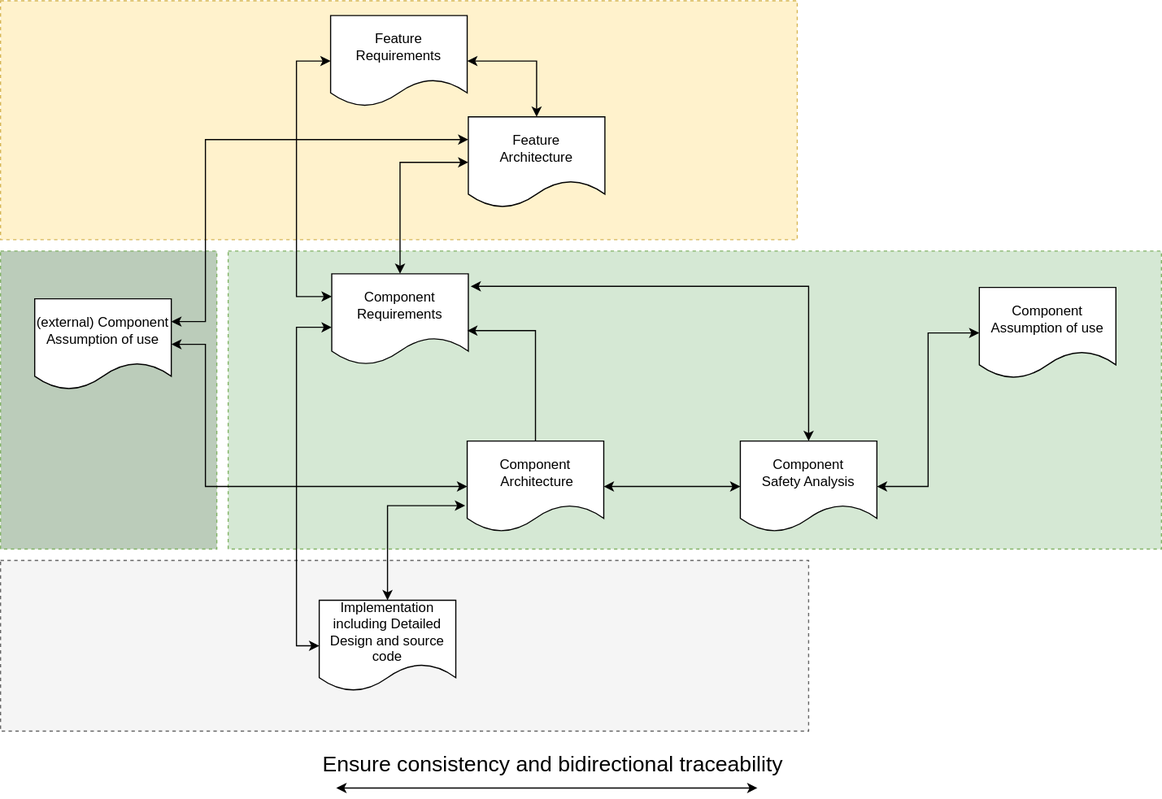
Before: masc2023_create_general_concepts/_images/score_traceability_model_cmp_overview_1.svg, a diagram exported from draw.io (umaucher/score). Source tidied: cells renumbered, new cells last; positions are measured from the earlier drawing's top-left corner, leaving out a move shared by most shapes. Source of this version:
```xml
<mxGraphModel>
  <root>
    <mxCell id="0" />
    <mxCell id="1" parent="0" />
    <mxCell id="2" style="rounded=0;whiteSpace=wrap;html=1;dashed=1;fillColor=#fff2cc;strokeColor=#d6b656;" parent="1" vertex="1">
      <mxGeometry width="700" height="210" as="geometry" />
    </mxCell>
    <mxCell id="3" style="rounded=0;whiteSpace=wrap;html=1;dashed=1;fillColor=#d5e8d4;strokeColor=#82b366;" parent="1" vertex="1">
      <mxGeometry x="200" y="220" width="820" height="262" as="geometry" />
    </mxCell>
    <mxCell id="4" value="Component Assumption of use" style="shape=document;whiteSpace=wrap;html=1;boundedLbl=1;" parent="1" vertex="1">
      <mxGeometry x="860" y="252" width="120" height="80" as="geometry" />
    </mxCell>
    <mxCell id="5" value="Feature Requirements" style="shape=document;whiteSpace=wrap;html=1;boundedLbl=1;" parent="1" vertex="1">
      <mxGeometry x="290" y="13" width="120" height="80" as="geometry" />
    </mxCell>
    <mxCell id="6" style="edgeStyle=orthogonalEdgeStyle;rounded=0;jettySize=auto;html=1;entryX=0;entryY=0.5;entryDx=0;entryDy=0;startArrow=classic;startFill=1;exitX=0;exitY=0.25;exitDx=0;exitDy=0;" parent="1" edge="1" source="8" target="5">
      <mxGeometry relative="1" as="geometry">
        <Array as="points">
          <mxPoint x="260" y="260" />
          <mxPoint x="260" y="53" />
        </Array>
      </mxGeometry>
    </mxCell>
    <mxCell id="7" style="edgeStyle=orthogonalEdgeStyle;rounded=0;jettySize=auto;html=1;entryX=0.5;entryY=0;entryDx=0;entryDy=0;exitX=1.017;exitY=0.138;exitDx=0;exitDy=0;startArrow=classic;startFill=1;exitPerimeter=0;" parent="1" edge="1" source="8" target="12">
      <mxGeometry x="0.41" relative="1" as="geometry">
        <Array as="points">
          <mxPoint x="710" y="251" />
        </Array>
      </mxGeometry>
    </mxCell>
    <mxCell id="8" value="Component Requirements" style="shape=document;whiteSpace=wrap;html=1;boundedLbl=1;" parent="1" vertex="1">
      <mxGeometry x="291" y="240" width="120" height="80" as="geometry" />
    </mxCell>
    <mxCell id="9" value="&lt;br&gt;&lt;br&gt;Component&lt;br&gt;&amp;nbsp;Architecture&lt;br&gt;&lt;br&gt;&lt;br&gt;" style="shape=document;whiteSpace=wrap;html=1;boundedLbl=1;" parent="1" vertex="1">
      <mxGeometry x="410" y="387" width="120" height="80" as="geometry" />
    </mxCell>
    <mxCell id="10" style="edgeStyle=orthogonalEdgeStyle;rounded=0;jettySize=auto;html=1;entryX=1;entryY=0.5;entryDx=0;entryDy=0;exitX=0.5;exitY=0;exitDx=0;exitDy=0;startArrow=classic;startFill=1;" parent="1" edge="1" source="15" target="5">
      <mxGeometry relative="1" as="geometry" />
    </mxCell>
    <mxCell id="11" style="edgeStyle=orthogonalEdgeStyle;rounded=0;jettySize=auto;html=1;entryX=1;entryY=0.5;entryDx=0;entryDy=0;exitX=0;exitY=0.5;exitDx=0;exitDy=0;startArrow=classic;startFill=1;" parent="1" edge="1" source="12" target="9">
      <mxGeometry x="0.51" relative="1" as="geometry" />
    </mxCell>
    <mxCell id="12" value="Component&lt;br&gt;Safety Analysis" style="shape=document;whiteSpace=wrap;html=1;boundedLbl=1;" parent="1" vertex="1">
      <mxGeometry x="650" y="387" width="120" height="80" as="geometry" />
    </mxCell>
    <mxCell id="13" style="edgeStyle=orthogonalEdgeStyle;rounded=0;jettySize=auto;html=1;startArrow=classic;startFill=1;entryX=1;entryY=0.5;entryDx=0;entryDy=0;" parent="1" edge="1" target="12">
      <mxGeometry relative="1" as="geometry">
        <mxPoint x="860" y="292" as="sourcePoint" />
      </mxGeometry>
    </mxCell>
    <mxCell id="14" style="edgeStyle=orthogonalEdgeStyle;rounded=0;jettySize=auto;html=1;entryX=0.5;entryY=0;entryDx=0;entryDy=0;startArrow=classic;startFill=1;exitX=0;exitY=0.5;exitDx=0;exitDy=0;" parent="1" edge="1" source="15" target="8">
      <mxGeometry relative="1" as="geometry" />
    </mxCell>
    <mxCell id="15" value="Feature&lt;br&gt;Architecture" style="shape=document;whiteSpace=wrap;html=1;boundedLbl=1;" parent="1" vertex="1">
      <mxGeometry x="411" y="102" width="120" height="80" as="geometry" />
    </mxCell>
    <mxCell id="16" value="&lt;div style=&quot;font-family: Consolas, &amp;quot;Courier New&amp;quot;, monospace; line-height: 19px;&quot;&gt;&lt;br&gt;&lt;/div&gt;" style="text;html=1;align=center;verticalAlign=middle;strokeColor=none;fillColor=none;fontSize=6;fontColor=#000000;" parent="1" vertex="1">
      <mxGeometry x="335" y="48" width="20" height="30" as="geometry" />
    </mxCell>
    <mxCell id="17" style="rounded=0;whiteSpace=wrap;html=1;dashed=1;fillColor=#BBCCBA;strokeColor=#82b366;" parent="1" vertex="1">
      <mxGeometry y="220" width="190" height="262" as="geometry" />
    </mxCell>
    <mxCell id="18" style="edgeStyle=orthogonalEdgeStyle;rounded=0;jettySize=auto;html=1;entryX=0;entryY=0.25;entryDx=0;entryDy=0;fontSize=19;startArrow=classic;startFill=1;" parent="1" edge="1" source="19" target="15">
      <mxGeometry relative="1" as="geometry">
        <Array as="points">
          <mxPoint x="180" y="282" />
          <mxPoint x="180" y="122" />
        </Array>
      </mxGeometry>
    </mxCell>
    <mxCell id="19" value="(external) Component Assumption of use" style="shape=document;whiteSpace=wrap;html=1;boundedLbl=1;" parent="1" vertex="1">
      <mxGeometry x="30" y="262" width="120" height="80" as="geometry" />
    </mxCell>
    <mxCell id="20" style="edgeStyle=orthogonalEdgeStyle;rounded=0;jettySize=auto;html=1;exitX=0;exitY=0.5;exitDx=0;exitDy=0;startArrow=classic;startFill=1;entryX=1;entryY=0.5;entryDx=0;entryDy=0;" parent="1" edge="1" source="9" target="19">
      <mxGeometry relative="1" as="geometry">
        <Array as="points">
          <mxPoint x="180" y="427" />
          <mxPoint x="180" y="302" />
        </Array>
      </mxGeometry>
    </mxCell>
    <mxCell id="21" style="rounded=0;whiteSpace=wrap;html=1;dashed=1;fillColor=#f5f5f5;fontColor=#333333;strokeColor=#666666;" parent="1" vertex="1">
      <mxGeometry y="492" width="710" height="150" as="geometry" />
    </mxCell>
    <mxCell id="22" style="edgeStyle=orthogonalEdgeStyle;rounded=0;jettySize=auto;html=1;startArrow=classic;startFill=1;exitX=0;exitY=0.5;exitDx=0;exitDy=0;entryX=0;entryY=0.588;entryDx=0;entryDy=0;entryPerimeter=0;" parent="1" edge="1" source="24" target="8">
      <mxGeometry relative="1" as="geometry" />
    </mxCell>
    <mxCell id="23" style="edgeStyle=orthogonalEdgeStyle;rounded=0;jettySize=auto;html=1;entryX=-0.015;entryY=0.71;entryDx=0;entryDy=0;exitX=0.5;exitY=0;exitDx=0;exitDy=0;startArrow=classic;startFill=1;entryPerimeter=0;" parent="1" edge="1" source="24" target="9">
      <mxGeometry x="0.31" relative="1" as="geometry">
        <Array as="points">
          <mxPoint x="340" y="444" />
        </Array>
      </mxGeometry>
    </mxCell>
    <mxCell id="24" value="Implementation&lt;br&gt;including Detailed Design and source code" style="shape=document;whiteSpace=wrap;html=1;boundedLbl=1;" parent="1" vertex="1">
      <mxGeometry x="280" y="527" width="120" height="80" as="geometry" />
    </mxCell>
    <mxCell id="25" style="edgeStyle=orthogonalEdgeStyle;rounded=0;jettySize=auto;html=1;entryX=0.992;entryY=0.625;entryDx=0;entryDy=0;entryPerimeter=0;exitX=0.5;exitY=0;exitDx=0;exitDy=0;" parent="1" edge="1" source="9" target="8">
      <mxGeometry relative="1" as="geometry">
        <Array as="points">
          <mxPoint x="470" y="290" />
        </Array>
      </mxGeometry>
    </mxCell>
    <mxCell id="26" style="edgeStyle=orthogonalEdgeStyle;rounded=0;orthogonalLoop=1;jettySize=auto;html=1;startArrow=classic;startFill=1;" parent="1" edge="1">
      <mxGeometry x="0.38" y="5" relative="1" as="geometry">
        <mxPoint x="295" y="692" as="sourcePoint" />
        <mxPoint x="665" y="692" as="targetPoint" />
        <Array as="points">
          <mxPoint x="312" y="692" />
        </Array>
      </mxGeometry>
    </mxCell>
    <mxCell id="27" value="Ensure consistency and bidirectional traceability" style="text;html=1;align=center;verticalAlign=middle;strokeColor=none;fillColor=none;fontSize=19;" parent="1" vertex="1">
      <mxGeometry x="270" y="652" width="430" height="40" as="geometry" />
    </mxCell>
  </root>
</mxGraphModel>
```
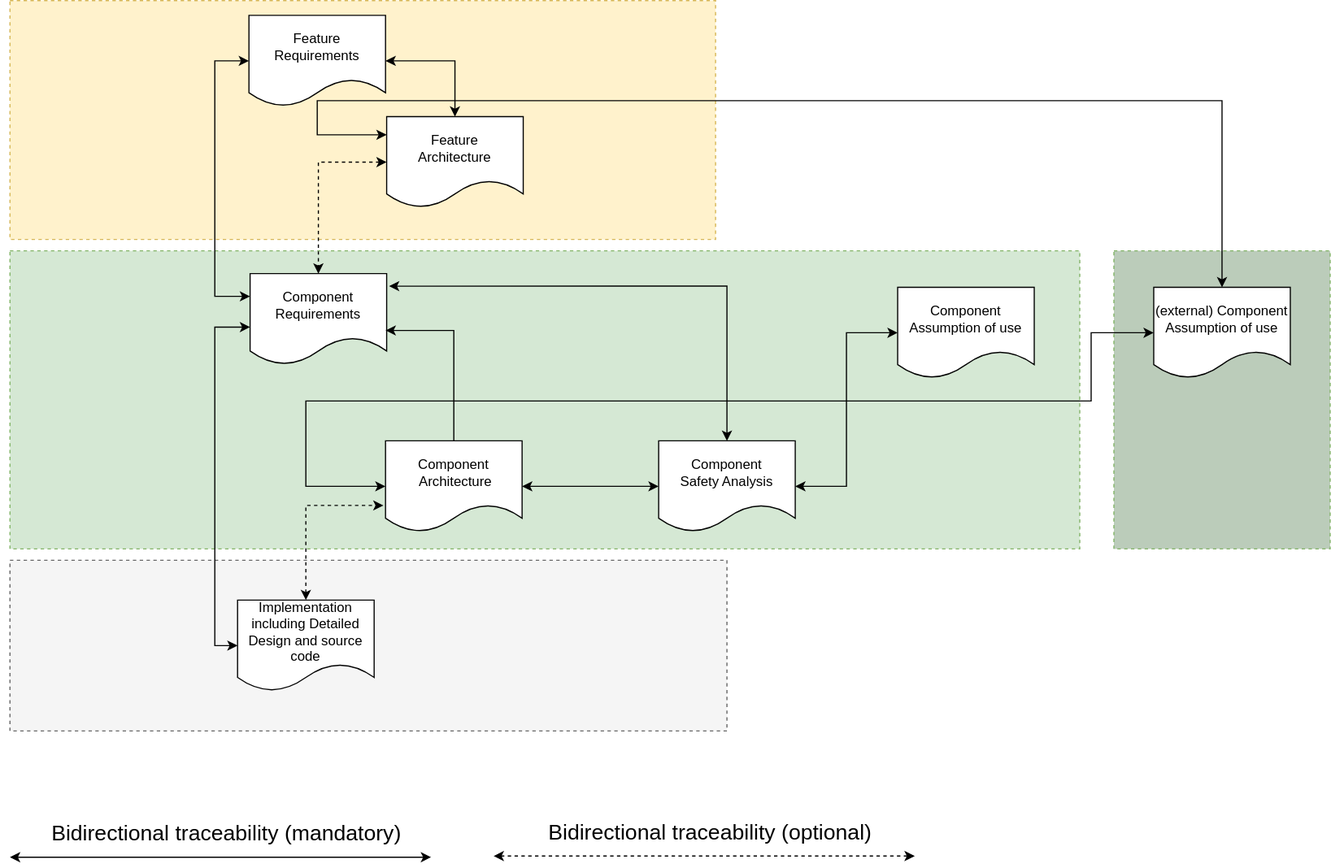
After the commit.

Diff of the diagram source:
```diff
@@ -3,10 +3,10 @@
     <mxCell id="0" />
     <mxCell id="1" parent="0" />
     <mxCell id="2" style="rounded=0;whiteSpace=wrap;html=1;dashed=1;fillColor=#fff2cc;strokeColor=#d6b656;" parent="1" vertex="1">
-      <mxGeometry width="700" height="210" as="geometry" />
+      <mxGeometry x="80" width="620" height="210" as="geometry" />
     </mxCell>
     <mxCell id="3" style="rounded=0;whiteSpace=wrap;html=1;dashed=1;fillColor=#d5e8d4;strokeColor=#82b366;" parent="1" vertex="1">
-      <mxGeometry x="200" y="220" width="820" height="262" as="geometry" />
+      <mxGeometry x="80" y="220" width="940" height="262" as="geometry" />
     </mxCell>
     <mxCell id="4" value="Component Assumption of use" style="shape=document;whiteSpace=wrap;html=1;boundedLbl=1;" parent="1" vertex="1">
       <mxGeometry x="860" y="252" width="120" height="80" as="geometry" />
@@ -49,7 +49,7 @@
         <mxPoint x="860" y="292" as="sourcePoint" />
       </mxGeometry>
     </mxCell>
-    <mxCell id="14" style="edgeStyle=orthogonalEdgeStyle;rounded=0;jettySize=auto;html=1;entryX=0.5;entryY=0;entryDx=0;entryDy=0;startArrow=classic;startFill=1;exitX=0;exitY=0.5;exitDx=0;exitDy=0;" parent="1" edge="1" source="15" target="8">
+    <mxCell id="14" style="edgeStyle=orthogonalEdgeStyle;rounded=0;jettySize=auto;html=1;entryX=0.5;entryY=0;entryDx=0;entryDy=0;startArrow=classic;startFill=1;exitX=0;exitY=0.5;exitDx=0;exitDy=0;dashed=1;" parent="1" edge="1" source="15" target="8">
       <mxGeometry relative="1" as="geometry" />
     </mxCell>
     <mxCell id="15" value="Feature&lt;br&gt;Architecture" style="shape=document;whiteSpace=wrap;html=1;boundedLbl=1;" parent="1" vertex="1">
@@ -59,34 +59,39 @@
       <mxGeometry x="335" y="48" width="20" height="30" as="geometry" />
     </mxCell>
     <mxCell id="17" style="rounded=0;whiteSpace=wrap;html=1;dashed=1;fillColor=#BBCCBA;strokeColor=#82b366;" parent="1" vertex="1">
-      <mxGeometry y="220" width="190" height="262" as="geometry" />
+      <mxGeometry x="1050" y="220" width="190" height="262" as="geometry" />
     </mxCell>
-    <mxCell id="18" style="edgeStyle=orthogonalEdgeStyle;rounded=0;jettySize=auto;html=1;entryX=0;entryY=0.25;entryDx=0;entryDy=0;fontSize=19;startArrow=classic;startFill=1;" parent="1" edge="1" source="19" target="15">
+    <mxCell id="18" style="edgeStyle=orthogonalEdgeStyle;rounded=0;orthogonalLoop=1;jettySize=auto;html=1;entryX=0;entryY=0.25;entryDx=0;entryDy=0;fontSize=19;startArrow=classic;startFill=1;" parent="1" edge="1">
       <mxGeometry relative="1" as="geometry">
+        <mxPoint x="1145" y="252" as="sourcePoint" />
+        <mxPoint x="411" y="118" as="targetPoint" />
         <Array as="points">
-          <mxPoint x="180" y="282" />
-          <mxPoint x="180" y="122" />
+          <mxPoint x="1145" y="88" />
+          <mxPoint x="350" y="88" />
+          <mxPoint x="350" y="118" />
         </Array>
       </mxGeometry>
     </mxCell>
     <mxCell id="19" value="(external) Component Assumption of use" style="shape=document;whiteSpace=wrap;html=1;boundedLbl=1;" parent="1" vertex="1">
-      <mxGeometry x="30" y="262" width="120" height="80" as="geometry" />
+      <mxGeometry x="1085" y="252" width="120" height="80" as="geometry" />
     </mxCell>
-    <mxCell id="20" style="edgeStyle=orthogonalEdgeStyle;rounded=0;jettySize=auto;html=1;exitX=0;exitY=0.5;exitDx=0;exitDy=0;startArrow=classic;startFill=1;entryX=1;entryY=0.5;entryDx=0;entryDy=0;" parent="1" edge="1" source="9" target="19">
+    <mxCell id="20" style="edgeStyle=orthogonalEdgeStyle;rounded=0;jettySize=auto;html=1;exitX=0;exitY=0.5;exitDx=0;exitDy=0;startArrow=classic;startFill=1;entryX=0;entryY=0.5;entryDx=0;entryDy=0;" parent="1" edge="1" source="9" target="19">
       <mxGeometry relative="1" as="geometry">
         <Array as="points">
-          <mxPoint x="180" y="427" />
-          <mxPoint x="180" y="302" />
+          <mxPoint x="340" y="427" />
+          <mxPoint x="340" y="352" />
+          <mxPoint x="1030" y="352" />
+          <mxPoint x="1030" y="292" />
         </Array>
       </mxGeometry>
     </mxCell>
     <mxCell id="21" style="rounded=0;whiteSpace=wrap;html=1;dashed=1;fillColor=#f5f5f5;fontColor=#333333;strokeColor=#666666;" parent="1" vertex="1">
-      <mxGeometry y="492" width="710" height="150" as="geometry" />
+      <mxGeometry x="80" y="492" width="630" height="150" as="geometry" />
     </mxCell>
     <mxCell id="22" style="edgeStyle=orthogonalEdgeStyle;rounded=0;jettySize=auto;html=1;startArrow=classic;startFill=1;exitX=0;exitY=0.5;exitDx=0;exitDy=0;entryX=0;entryY=0.588;entryDx=0;entryDy=0;entryPerimeter=0;" parent="1" edge="1" source="24" target="8">
       <mxGeometry relative="1" as="geometry" />
     </mxCell>
-    <mxCell id="23" style="edgeStyle=orthogonalEdgeStyle;rounded=0;jettySize=auto;html=1;entryX=-0.015;entryY=0.71;entryDx=0;entryDy=0;exitX=0.5;exitY=0;exitDx=0;exitDy=0;startArrow=classic;startFill=1;entryPerimeter=0;" parent="1" edge="1" source="24" target="9">
+    <mxCell id="23" style="edgeStyle=orthogonalEdgeStyle;rounded=0;jettySize=auto;html=1;entryX=-0.015;entryY=0.71;entryDx=0;entryDy=0;exitX=0.5;exitY=0;exitDx=0;exitDy=0;startArrow=classic;startFill=1;entryPerimeter=0;dashed=1;" parent="1" edge="1" source="24" target="9">
       <mxGeometry x="0.31" relative="1" as="geometry">
         <Array as="points">
           <mxPoint x="340" y="444" />
@@ -103,17 +108,29 @@
         </Array>
       </mxGeometry>
     </mxCell>
-    <mxCell id="26" style="edgeStyle=orthogonalEdgeStyle;rounded=0;orthogonalLoop=1;jettySize=auto;html=1;startArrow=classic;startFill=1;" parent="1" edge="1">
-      <mxGeometry x="0.38" y="5" relative="1" as="geometry">
-        <mxPoint x="295" y="692" as="sourcePoint" />
-        <mxPoint x="665" y="692" as="targetPoint" />
-        <Array as="points">
-          <mxPoint x="312" y="692" />
-        </Array>
-      </mxGeometry>
-    </mxCell>
-    <mxCell id="27" value="Ensure consistency and bidirectional traceability" style="text;html=1;align=center;verticalAlign=middle;strokeColor=none;fillColor=none;fontSize=19;" parent="1" vertex="1">
-      <mxGeometry x="270" y="652" width="430" height="40" as="geometry" />
-    </mxCell>
+    <mxCell id="28" style="edgeStyle=orthogonalEdgeStyle;rounded=0;orthogonalLoop=1;jettySize=auto;html=1;startArrow=classic;startFill=1;" parent="1" edge="1">
+      <mxGeometry x="0.38" y="5" relative="1" as="geometry">
+        <mxPoint x="80" y="753" as="sourcePoint" />
+        <mxPoint x="450" y="753" as="targetPoint" />
+        <Array as="points">
+          <mxPoint x="97" y="753" />
+        </Array>
+      </mxGeometry>
+    </mxCell>
+    <mxCell id="29" value="Bidirectional traceability (mandatory)" style="text;html=1;align=center;verticalAlign=middle;strokeColor=none;fillColor=none;fontSize=19;" parent="1" vertex="1">
+      <mxGeometry x="105" y="713" width="330" height="40" as="geometry" />
+    </mxCell>
+    <mxCell id="30" style="edgeStyle=orthogonalEdgeStyle;rounded=0;orthogonalLoop=1;jettySize=auto;html=1;startArrow=classic;startFill=1;dashed=1;" parent="1" edge="1">
+      <mxGeometry x="0.38" y="5" relative="1" as="geometry">
+        <mxPoint x="505" y="752" as="sourcePoint" />
+        <mxPoint x="875" y="752" as="targetPoint" />
+        <Array as="points">
+          <mxPoint x="522" y="752" />
+        </Array>
+      </mxGeometry>
+    </mxCell>
+    <mxCell id="31" value="Bidirectional traceability (optional)" style="text;html=1;align=center;verticalAlign=middle;strokeColor=none;fillColor=none;fontSize=19;" parent="1" vertex="1">
+      <mxGeometry x="540" y="712" width="310" height="40" as="geometry" />
+    </mxCell>
   </root>
 </mxGraphModel>
```
